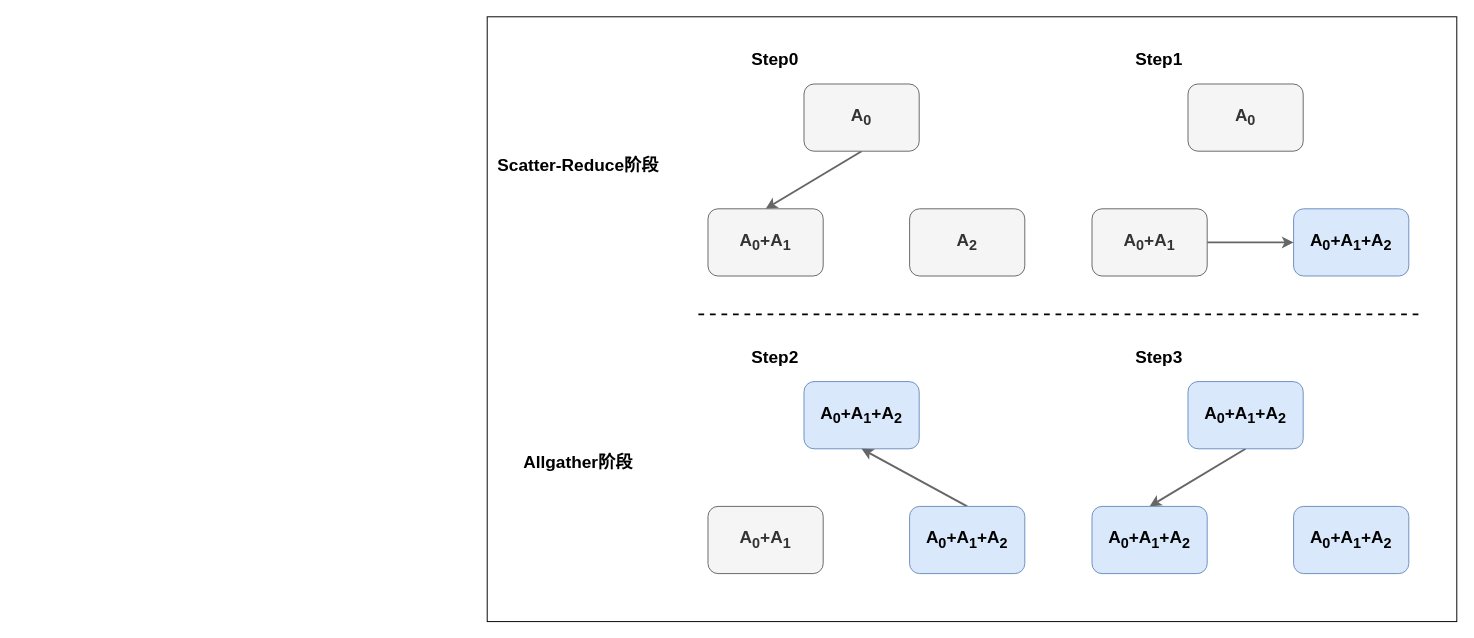
Above: Ring-Allreduce.drawio in abdzhangzeyu/draw.io (draw.io), before the change. Source tidied: cells renumbered, new cells numbered last; positions are measured from the earlier drawing's top-left corner, leaving out a move shared by most shapes. Both pictures are drawn from the tidied source at 96%, with x=0, y=0 at pixel (487, 16).
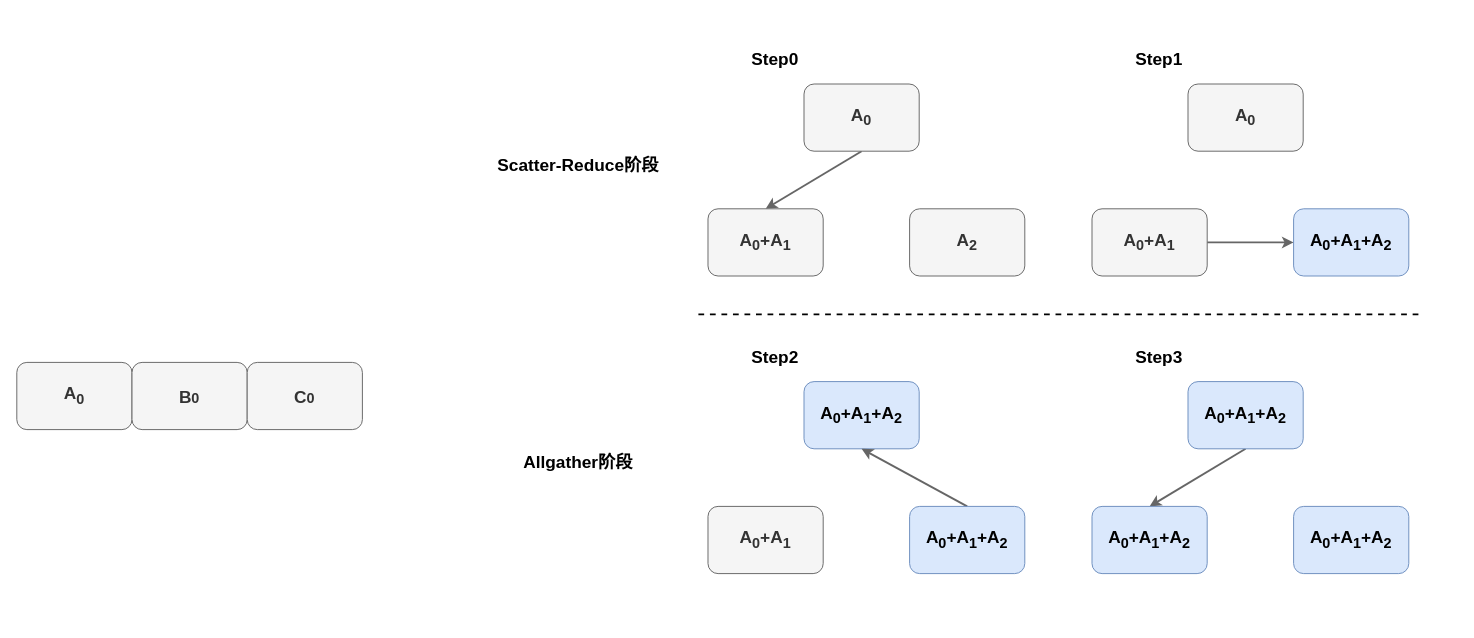
Above is the later version.

The edit, as a diff of the source:
```diff
@@
-    <mxCell id="25" style="rounded=0;whiteSpace=wrap;html=1;shadow=0;fontSize=18;fillColor=none;" parent="1" vertex="1">
-      <mxGeometry width="1010" height="630" as="geometry" />
-    </mxCell>
+    <mxCell id="26" value="A&lt;sub&gt;0&lt;/sub&gt;" style="rounded=1;whiteSpace=wrap;html=1;shadow=0;fontSize=18;fontStyle=1;fillColor=#f5f5f5;fontColor=#333333;strokeColor=#666666;" parent="1" vertex="1">
+      <mxGeometry x="-490" y="360" width="120" height="70" as="geometry" />
+    </mxCell>
+    <mxCell id="27" value="&lt;sub&gt;&lt;span style=&quot;font-size: 18px;&quot;&gt;B&lt;/span&gt;0&lt;/sub&gt;" style="rounded=1;whiteSpace=wrap;html=1;shadow=0;fontSize=18;fontStyle=1;fillColor=#f5f5f5;fontColor=#333333;strokeColor=#666666;" parent="1" vertex="1">
+      <mxGeometry x="-370" y="360" width="120" height="70" as="geometry" />
+    </mxCell>
+    <mxCell id="28" value="&lt;sub&gt;&lt;span style=&quot;font-size: 18px;&quot;&gt;C&lt;/span&gt;0&lt;/sub&gt;" style="rounded=1;whiteSpace=wrap;html=1;shadow=0;fontSize=18;fontStyle=1;fillColor=#f5f5f5;fontColor=#333333;strokeColor=#666666;" parent="1" vertex="1">
+      <mxGeometry x="-250" y="360" width="120" height="70" as="geometry" />
+    </mxCell>
```
